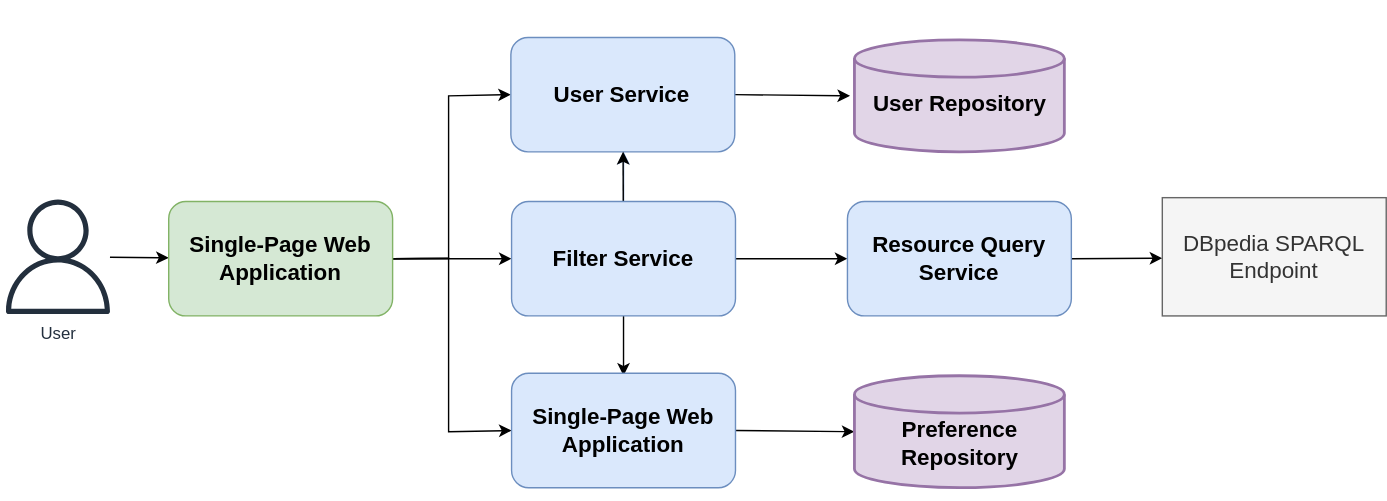
Before: docs/diagrams/architecture.svg, a diagram exported from draw.io (Vlad-Enia/WADe-Web-Developer-Companion). Source tidied: cells renumbered, new cells last; positions are measured from the earlier drawing's top-left corner, leaving out a move shared by most shapes.
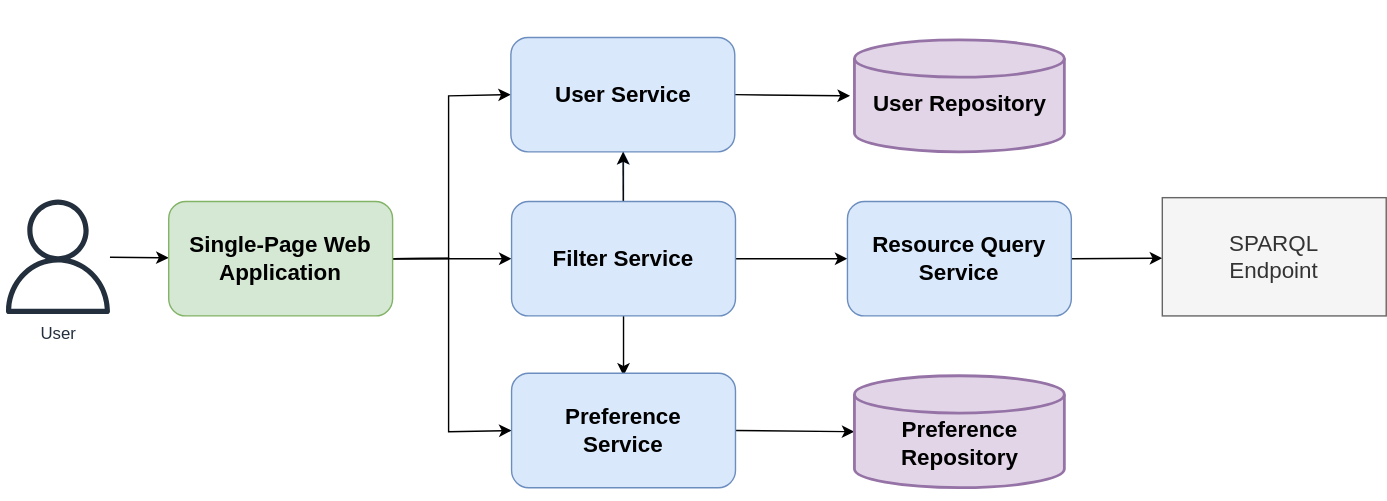
After the commit.

Commit message:
Added sections for user, prefernce and filter service

Diff of the diagram source:
```diff
@@ -138,7 +138,7 @@
         <mxPoint x="525" y="336" as="targetPoint" />
       </mxGeometry>
     </mxCell>
-    <mxCell id="31" value="&lt;b style=&quot;font-size: 12px;&quot;&gt;&lt;font style=&quot;font-size: 16px;&quot;&gt;Single-Page Web&lt;br&gt;Application&lt;/font&gt;&lt;/b&gt;" style="rounded=1;whiteSpace=wrap;html=1;fontSize=16;strokeColor=#6c8ebf;fillColor=#dae8fc;" parent="1" vertex="1">
+    <mxCell id="31" value="&lt;b&gt;Preference&lt;br&gt;Service&lt;/b&gt;" style="rounded=1;whiteSpace=wrap;html=1;fontSize=16;strokeColor=#6c8ebf;fillColor=#dae8fc;" parent="1" vertex="1">
       <mxGeometry x="365" y="259.2" width="160" height="81.8" as="geometry" />
     </mxCell>
     <mxCell id="32" style="edgeStyle=none;rounded=0;jettySize=auto;html=1;exitX=1;exitY=0.5;exitDx=0;exitDy=0;fontSize=16;strokeColor=#000000;" parent="1" edge="1" source="33">
@@ -149,7 +149,7 @@
     <mxCell id="33" value="&lt;b style=&quot;&quot;&gt;Resource Query&lt;br&gt;Service&lt;/b&gt;" style="rounded=1;whiteSpace=wrap;html=1;fontSize=16;strokeColor=#6c8ebf;fillColor=#dae8fc;" parent="1" vertex="1">
       <mxGeometry x="605" y="136.5" width="160" height="81.8" as="geometry" />
     </mxCell>
-    <mxCell id="34" value="DBpedia SPARQL&lt;br&gt;Endpoint" style="rounded=0;whiteSpace=wrap;html=1;fontSize=16;strokeColor=#666666;fillColor=#f5f5f5;fontColor=#333333;" parent="1" vertex="1">
+    <mxCell id="34" value="SPARQL&lt;br&gt;Endpoint" style="rounded=0;whiteSpace=wrap;html=1;fontSize=16;strokeColor=#666666;fillColor=#f5f5f5;fontColor=#333333;" parent="1" vertex="1">
       <mxGeometry x="830" y="133.8" width="160" height="84.5" as="geometry" />
     </mxCell>
   </root>
```
